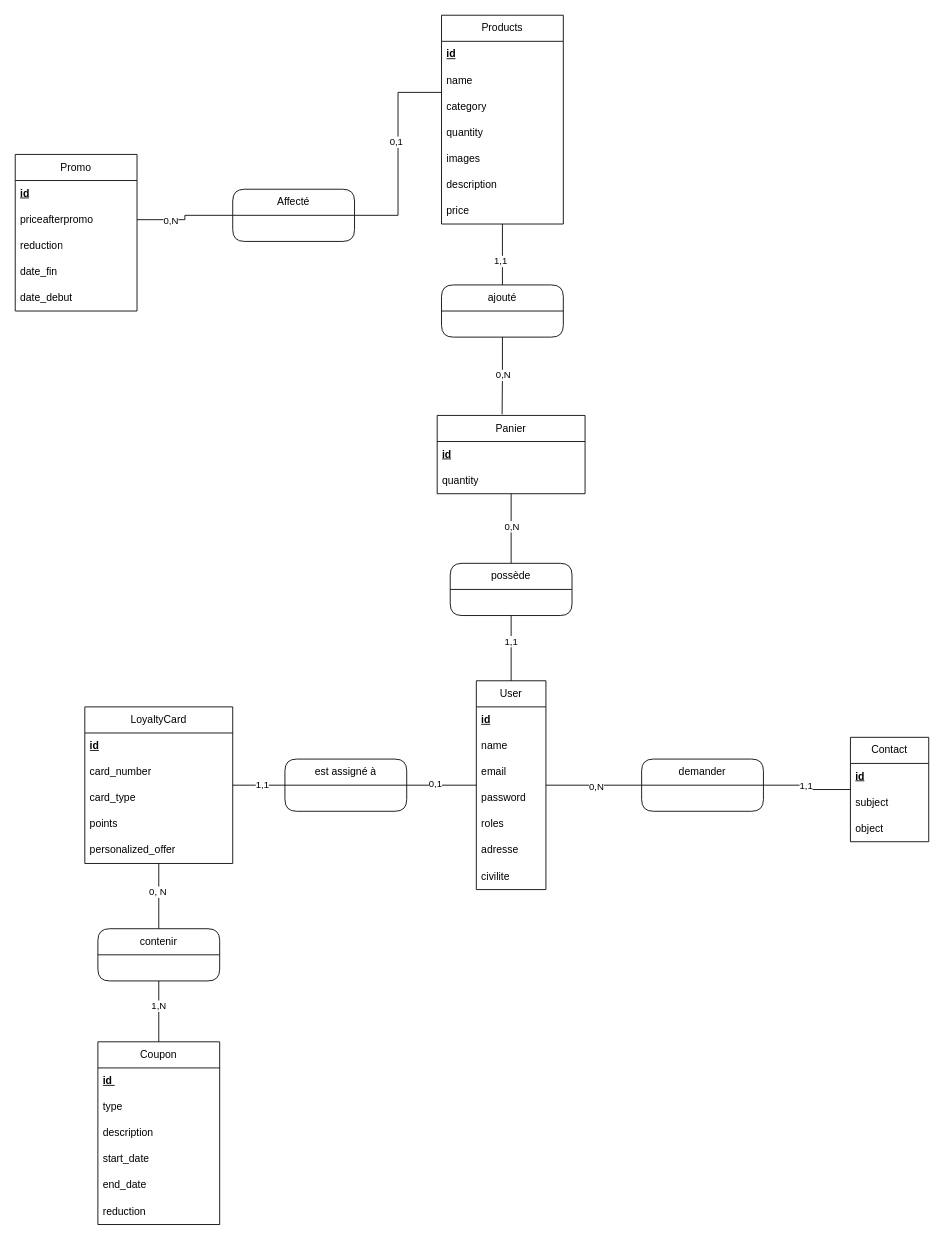
Earlier version of the draw.io diagram officiel/MCD association Vitality.drawio (BanggEddy/UML-MeriseVitality). Source tidied: cells renumbered, new cells numbered last; positions are measured from the earlier drawing's top-left corner, leaving out a move shared by most shapes. Both pictures are drawn from the tidied source at 87%, with x=0, y=0 at pixel (15, 15).
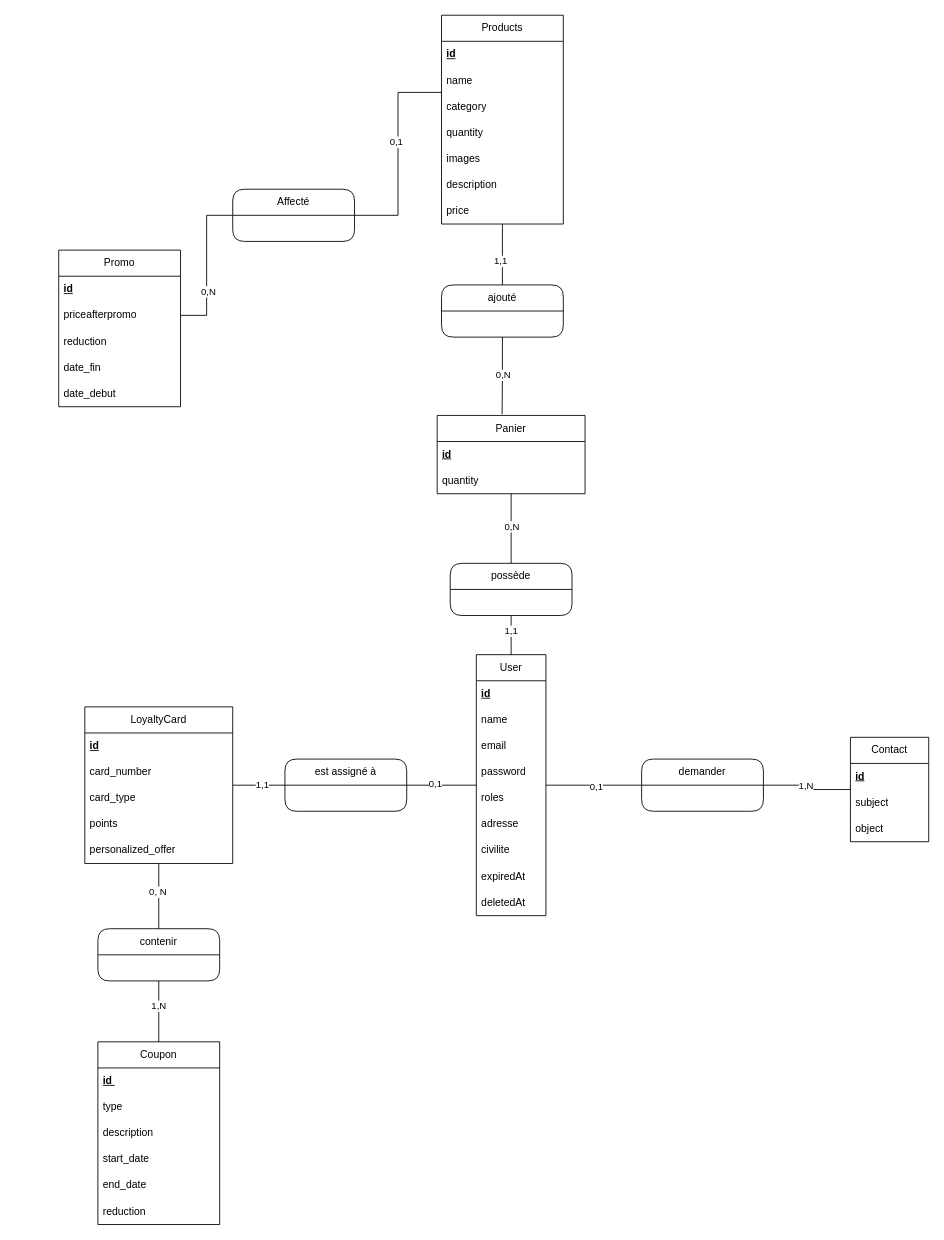
After the change.

Unchanged cells that the change refers to:
```xml
<mxCell id="59" style="edgeStyle=orthogonalEdgeStyle;rounded=0;jettySize=auto;html=1;endArrow=none;endFill=0;" parent="1" edge="1" source="63" target="2">
  <mxGeometry relative="1" as="geometry" />
</mxCell>
<mxCell id="61" style="edgeStyle=orthogonalEdgeStyle;rounded=0;jettySize=auto;html=1;endArrow=none;endFill=0;" parent="1" edge="1" source="63" target="35">
  <mxGeometry relative="1" as="geometry" />
</mxCell>
```

Diff of the diagram source:
```diff
@@
     <mxCell id="29" value="Promo" style="swimlane;fontStyle=0;horizontal=1;startSize=30;whiteSpace=wrap;html=1;" parent="1" vertex="1">
-      <mxGeometry y="160" width="140" height="180" as="geometry" />
+      <mxGeometry x="50" y="270" width="140" height="180" as="geometry" />
     </mxCell>
@@
     <mxCell id="35" value="User" style="swimlane;fontStyle=0;horizontal=1;startSize=30;whiteSpace=wrap;html=1;" parent="1" vertex="1">
-      <mxGeometry x="530" y="765" width="80" height="240" as="geometry" />
+      <mxGeometry x="530" y="735" width="80" height="300" as="geometry" />
     </mxCell>
@@
+    <mxCell id="74" value="expiredAt" style="text;strokeColor=none;fillColor=none;align=left;verticalAlign=middle;spacingLeft=4;spacingRight=4;overflow=hidden;whiteSpace=wrap;html=1;" parent="35" vertex="1">
+      <mxGeometry y="240" width="80" height="30" as="geometry" />
+    </mxCell>
+    <mxCell id="75" value="deletedAt" style="text;strokeColor=none;fillColor=none;align=left;verticalAlign=middle;spacingLeft=4;spacingRight=4;overflow=hidden;whiteSpace=wrap;html=1;" parent="35" vertex="1">
+      <mxGeometry y="270" width="80" height="30" as="geometry" />
+    </mxCell>
@@
-    <mxCell id="60" value="1,1" style="edgeLabel;html=1;align=center;verticalAlign=middle;" parent="59" vertex="1">
+    <mxCell id="60" value="1,N" style="edgeLabel;html=1;align=center;verticalAlign=middle;" parent="59" vertex="1">
       <mxGeometry x="-0.09" relative="1" as="geometry" />
     </mxCell>
@@
-    <mxCell id="62" value="0,N" style="edgeLabel;html=1;align=center;verticalAlign=middle;" parent="61" vertex="1">
+    <mxCell id="62" value="0,1" style="edgeLabel;html=1;align=center;verticalAlign=middle;" parent="61" vertex="1">
       <mxGeometry x="-0.03" y="1" relative="1" as="geometry" />
     </mxCell>
```
